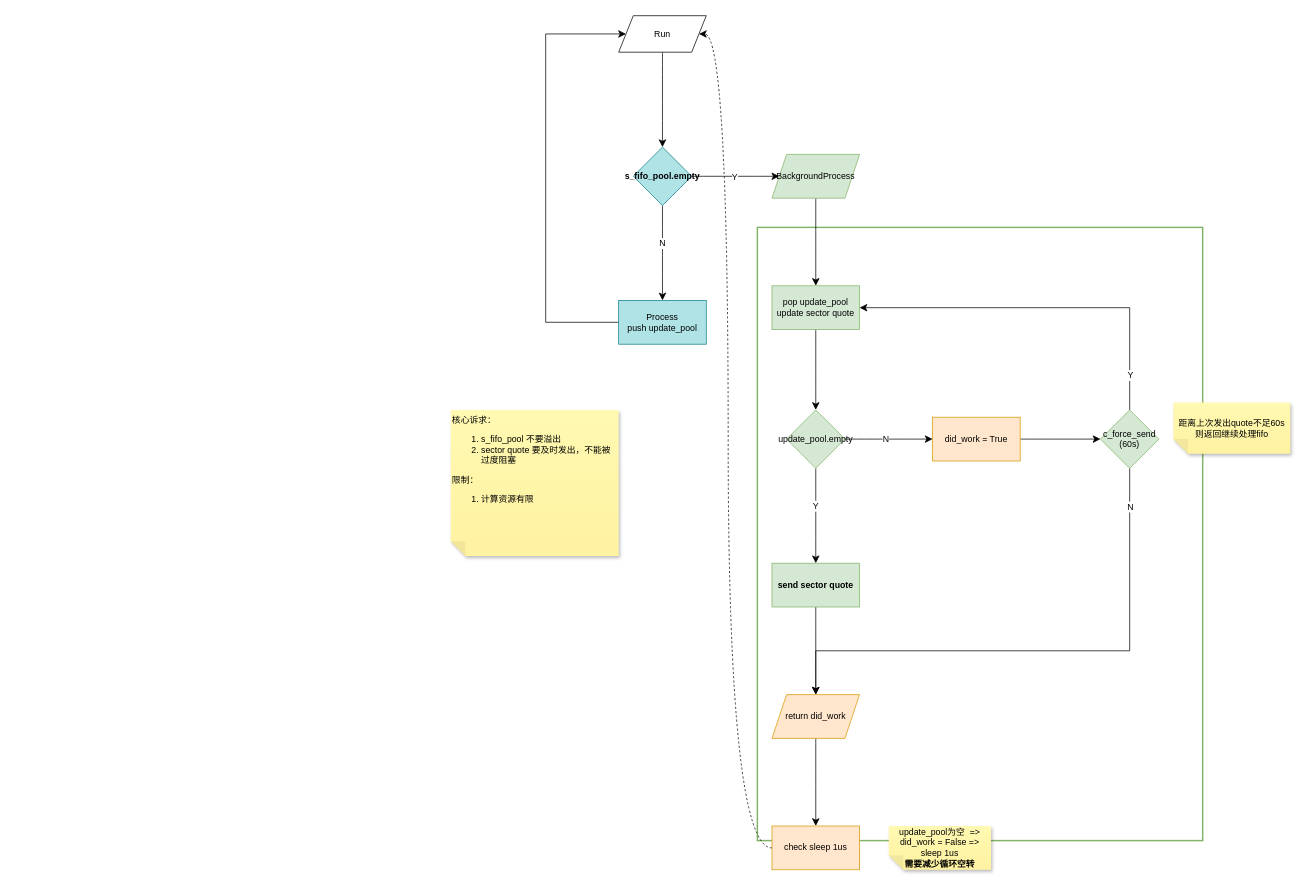
Above: page "siggen_server mainloop" (3 of 3) of tongdengfund/trader.drawio in mistyeye11/drawio (draw.io), before the change. Source tidied: cells renumbered, new cells numbered last; positions are measured from the earlier drawing's top-left corner, leaving out a move shared by most shapes. Both pictures are drawn from the tidied source at 73%, with x=0, y=0 at pixel (450, 15).
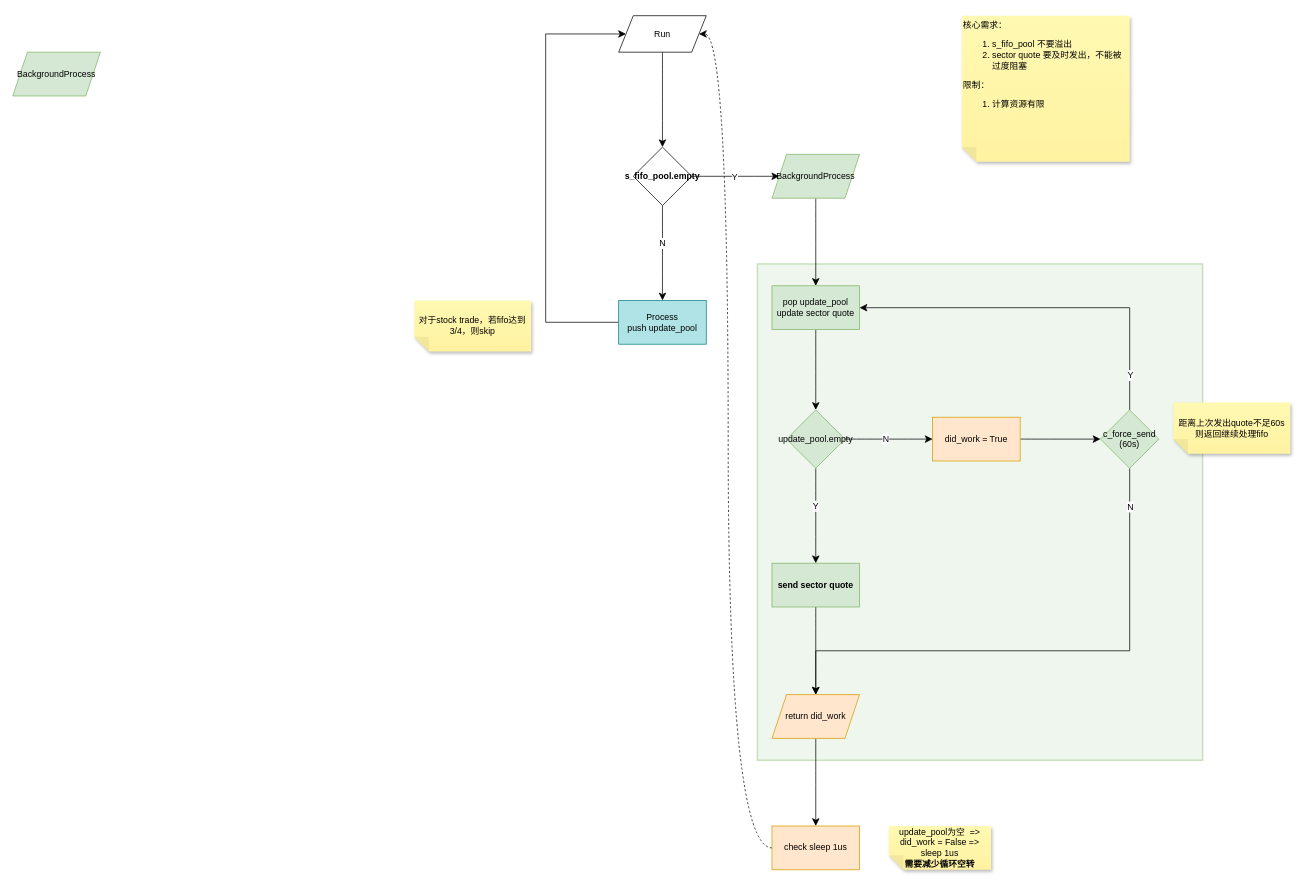
The same page after the edit.

Change to the diagram source:
```diff
@@
-    <mxCell id="2" style="rounded=0;whiteSpace=wrap;html=1;fillColor=none;strokeColor=#82b366;strokeWidth=2;" parent="1" vertex="1">
-      <mxGeometry x="420" y="290" width="610" height="840" as="geometry" />
+    <mxCell id="2" style="rounded=0;whiteSpace=wrap;html=1;fillColor=#d5e8d4;strokeColor=#82b366;strokeWidth=2;opacity=40;" parent="1" vertex="1">
+      <mxGeometry x="420" y="340" width="610" height="680" as="geometry" />
     </mxCell>
@@
-    <mxCell id="9" value="s_fifo_pool.empty" style="rhombus;whiteSpace=wrap;html=1;fillColor=#b0e3e6;strokeColor=#0e8088;fontStyle=1;shadow=0;strokeWidth=1;" parent="1" vertex="1">
+    <mxCell id="9" value="s_fifo_pool.empty" style="rhombus;whiteSpace=wrap;html=1;fontStyle=1;shadow=0;strokeWidth=1;" parent="1" vertex="1">
       <mxGeometry x="250" y="180" width="80" height="80" as="geometry" />
     </mxCell>
@@
-    <mxCell id="36" value="&lt;div&gt;核心诉求：&lt;/div&gt;&lt;div&gt;&lt;ol&gt;&lt;li&gt;s_fifo_pool 不要溢出&lt;/li&gt;&lt;li&gt;sector quote 要及时发出，不能被过度阻塞&lt;/li&gt;&lt;/ol&gt;限制：&lt;/div&gt;&lt;div&gt;&lt;ol&gt;&lt;li&gt;计算资源有限&lt;/li&gt;&lt;/ol&gt;&lt;/div&gt;" style="shape=note;whiteSpace=wrap;html=1;backgroundOutline=1;fontColor=#000000;darkOpacity=0.05;fillColor=#FFF9B2;strokeColor=none;fillStyle=solid;direction=west;gradientDirection=north;gradientColor=#FFF2A1;shadow=1;size=20;align=left;verticalAlign=top;" parent="1" vertex="1">
-      <mxGeometry y="540" width="230" height="200" as="geometry" />
+    <mxCell id="36" value="&lt;div&gt;核心需求：&lt;/div&gt;&lt;div&gt;&lt;ol&gt;&lt;li&gt;s_fifo_pool 不要溢出&lt;/li&gt;&lt;li&gt;sector quote 要及时发出，不能被过度阻塞&lt;/li&gt;&lt;/ol&gt;限制：&lt;/div&gt;&lt;div&gt;&lt;ol&gt;&lt;li&gt;计算资源有限&lt;/li&gt;&lt;/ol&gt;&lt;/div&gt;" style="shape=note;whiteSpace=wrap;html=1;backgroundOutline=1;fontColor=#000000;darkOpacity=0.05;fillColor=#FFF9B2;strokeColor=none;fillStyle=solid;direction=west;gradientDirection=north;gradientColor=#FFF2A1;shadow=1;size=20;align=left;verticalAlign=top;" parent="1" vertex="1">
+      <mxGeometry x="700" width="230" height="200" as="geometry" />
     </mxCell>
+    <mxCell id="37" value="BackgroundProcess" style="rounded=0;whiteSpace=wrap;html=1;shape=parallelogram;perimeter=parallelogramPerimeter;fixedSize=1;fillColor=#d5e8d4;strokeColor=#82b366;" parent="1" vertex="1">
+      <mxGeometry x="-600" y="50" width="120" height="60" as="geometry" />
+    </mxCell>
+    <mxCell id="38" value="对于stock trade，若fifo达到3/4，则skip" style="shape=note;whiteSpace=wrap;html=1;backgroundOutline=1;fontColor=#000000;darkOpacity=0.05;fillColor=#FFF9B2;strokeColor=none;fillStyle=solid;direction=west;gradientDirection=north;gradientColor=#FFF2A1;shadow=1;size=20;" parent="1" vertex="1">
+      <mxGeometry x="-50" y="390" width="160" height="70" as="geometry" />
+    </mxCell>
```
